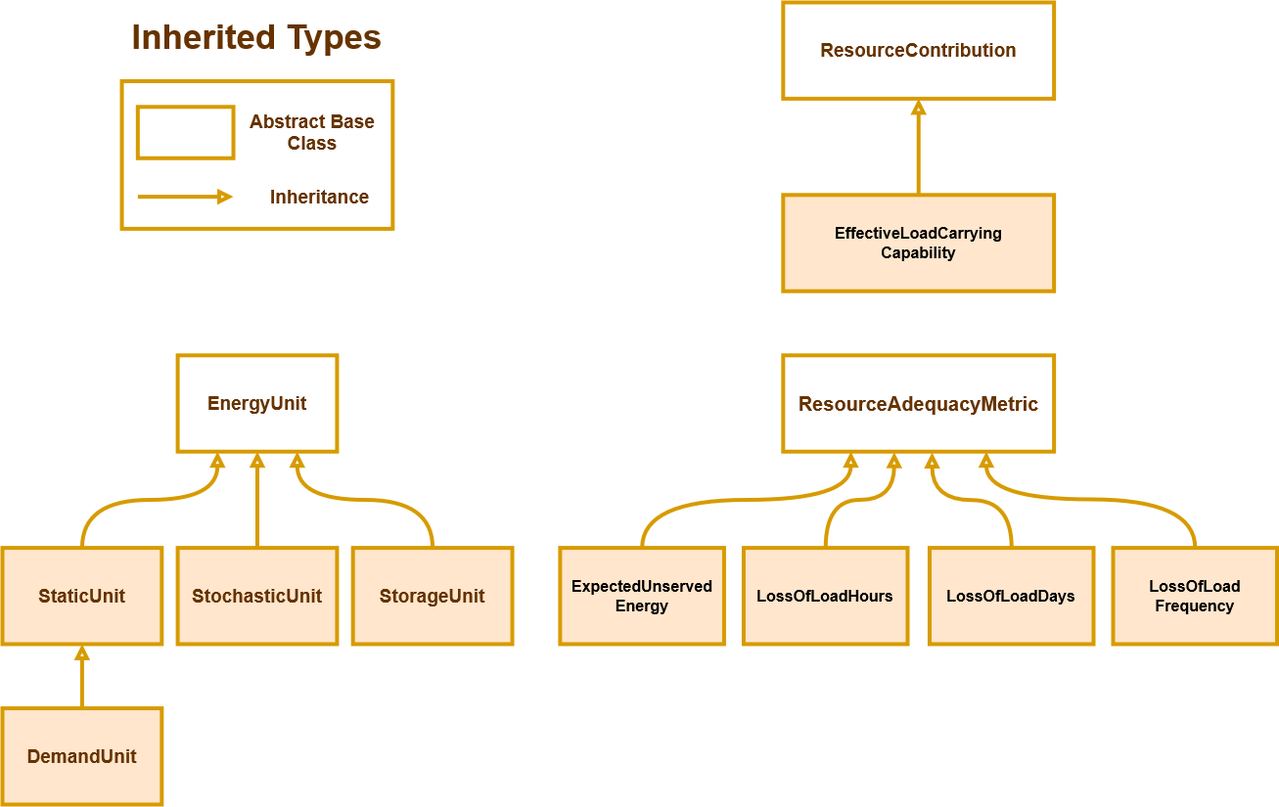
Above: docs/_static/assetra-inherited-types.drawio.png in ijbd/assetra (draw.io), before the change. Source tidied: cells renumbered, new cells last; positions are measured from the earlier drawing's top-left corner, leaving out a move shared by most shapes.
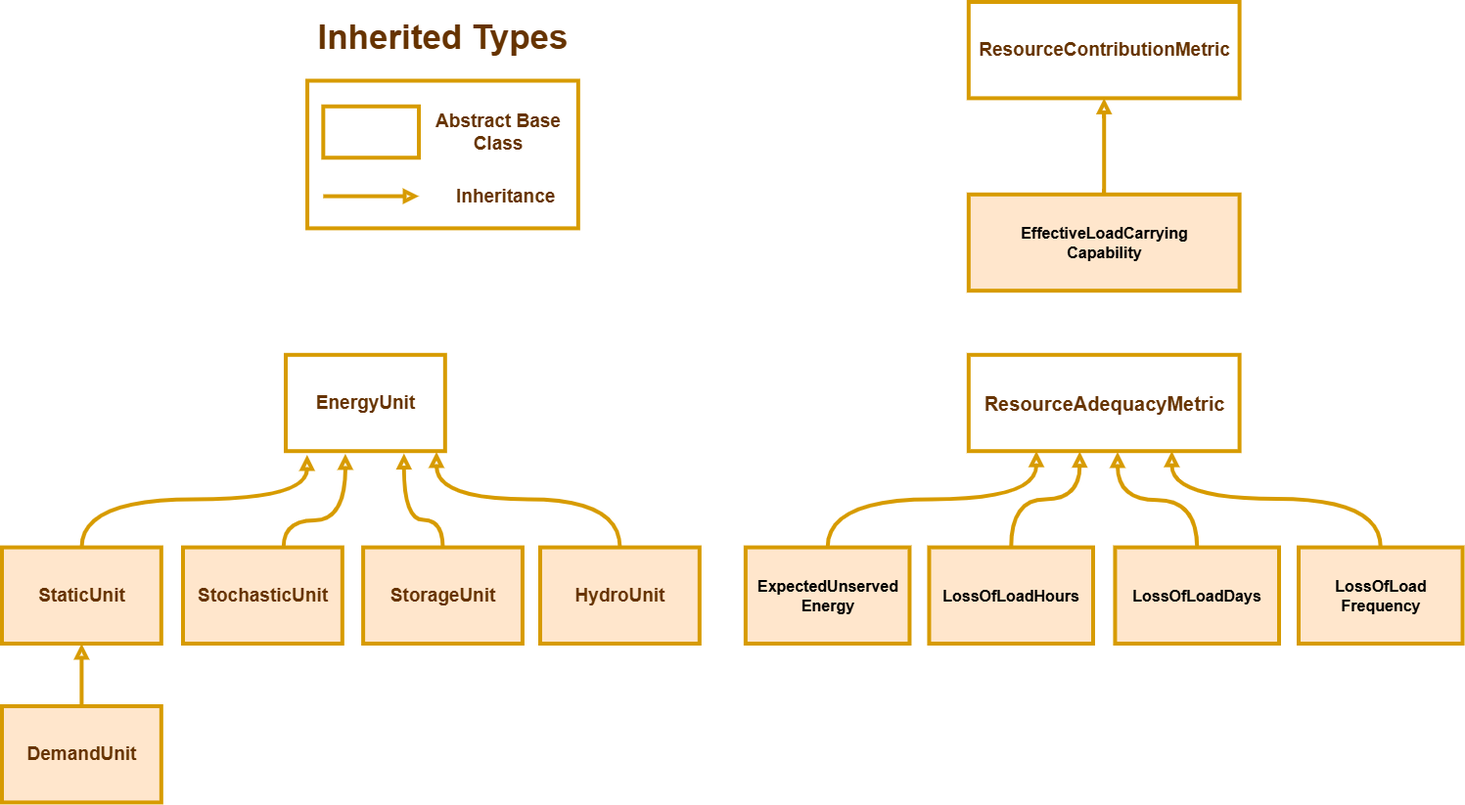
The same file after the commit.

What changed in the source:
```diff
@@ -6,32 +6,40 @@
       <mxGeometry x="122.1" y="80.5" width="276.8" height="150.9" as="geometry" />
     </mxCell>
     <mxCell id="3" value="EnergyUnit" style="rounded=0;whiteSpace=wrap;html=1;fillColor=none;strokeColor=#d79b00;strokeWidth=4;fontColor=#663300;fontStyle=1;fontSize=19;" parent="1" vertex="1">
-      <mxGeometry x="179.1" y="360.8" width="162.8" height="98.4" as="geometry" />
+      <mxGeometry x="100" y="360.8" width="162.8" height="98.4" as="geometry" />
     </mxCell>
-    <mxCell id="4" style="edgeStyle=orthogonalEdgeStyle;shape=connector;curved=1;rounded=1;jettySize=auto;html=1;labelBackgroundColor=default;strokeColor=#d79b00;strokeWidth=4;fontFamily=Helvetica;fontSize=16;fontColor=#663300;endArrow=block;endFill=0;fillColor=#ffe6cc;exitX=0.5;exitY=0;exitDx=0;exitDy=0;entryX=0.75;entryY=1;entryDx=0;entryDy=0;fontStyle=1;" parent="1" edge="1" source="5" target="3">
-      <mxGeometry relative="1" as="geometry" />
-    </mxCell>
     <mxCell id="5" value="StorageUnit" style="rounded=0;whiteSpace=wrap;html=1;fillColor=#ffe6cc;strokeColor=#d79b00;strokeWidth=4;fontColor=#663300;fontStyle=1;fontSize=19;" parent="1" vertex="1">
-      <mxGeometry x="358.2" y="557.6" width="162.8" height="98.4" as="geometry" />
+      <mxGeometry x="179.1" y="557.6" width="162.8" height="98.4" as="geometry" />
     </mxCell>
-    <mxCell id="6" style="edgeStyle=orthogonalEdgeStyle;shape=connector;curved=1;rounded=1;jettySize=auto;html=1;entryX=0.5;entryY=1;entryDx=0;entryDy=0;labelBackgroundColor=default;strokeColor=#d79b00;strokeWidth=4;fontFamily=Helvetica;fontSize=16;fontColor=#663300;endArrow=block;endFill=0;fillColor=#ffe6cc;fontStyle=1;" parent="1" edge="1" source="7" target="3">
-      <mxGeometry relative="1" as="geometry" />
+    <mxCell id="6" style="edgeStyle=orthogonalEdgeStyle;shape=connector;curved=1;rounded=1;jettySize=auto;html=1;labelBackgroundColor=default;strokeColor=#d79b00;strokeWidth=4;fontFamily=Helvetica;fontSize=16;fontColor=#663300;endArrow=block;endFill=0;fillColor=#ffe6cc;fontStyle=1;entryX=0.374;entryY=1.028;entryDx=0;entryDy=0;entryPerimeter=0;" parent="1" edge="1" source="7" target="3">
+      <mxGeometry relative="1" as="geometry">
+        <Array as="points">
+          <mxPoint x="97.7" y="530" />
+          <mxPoint x="160.9" y="530" />
+        </Array>
+      </mxGeometry>
     </mxCell>
     <mxCell id="7" value="StochasticUnit" style="rounded=0;whiteSpace=wrap;html=1;fillColor=#ffe6cc;strokeColor=#d79b00;strokeWidth=4;fontColor=#663300;fontStyle=1;fontSize=19;" parent="1" vertex="1">
-      <mxGeometry x="179.1" y="557.6" width="162.8" height="98.4" as="geometry" />
+      <mxGeometry x="-5" y="557.6" width="162.8" height="98.4" as="geometry" />
     </mxCell>
-    <mxCell id="8" style="edgeStyle=orthogonalEdgeStyle;shape=connector;curved=1;rounded=1;jettySize=auto;html=1;entryX=0.25;entryY=1;entryDx=0;entryDy=0;labelBackgroundColor=default;strokeColor=#d79b00;strokeWidth=4;fontFamily=Helvetica;fontSize=16;fontColor=#663300;endArrow=block;endFill=0;fillColor=#ffe6cc;exitX=0.5;exitY=0;exitDx=0;exitDy=0;fontStyle=1;" parent="1" edge="1" source="9" target="3">
+    <mxCell id="8" style="edgeStyle=orthogonalEdgeStyle;shape=connector;curved=1;rounded=1;jettySize=auto;html=1;labelBackgroundColor=default;strokeColor=#d79b00;strokeWidth=4;fontFamily=Helvetica;fontSize=16;fontColor=#663300;endArrow=block;endFill=0;fillColor=#ffe6cc;exitX=0.5;exitY=0;exitDx=0;exitDy=0;fontStyle=1;entryX=0.134;entryY=1.039;entryDx=0;entryDy=0;entryPerimeter=0;" parent="1" edge="1" source="9" target="3">
       <mxGeometry relative="1" as="geometry" />
     </mxCell>
     <mxCell id="9" value="StaticUnit" style="rounded=0;whiteSpace=wrap;html=1;fillColor=#ffe6cc;strokeColor=#d79b00;strokeWidth=4;fontColor=#663300;fontStyle=1;fontSize=19;" parent="1" vertex="1">
-      <mxGeometry y="557.6" width="162.8" height="98.4" as="geometry" />
+      <mxGeometry x="-190" y="557.6" width="162.8" height="98.4" as="geometry" />
     </mxCell>
     <mxCell id="10" style="edgeStyle=orthogonalEdgeStyle;shape=connector;curved=1;rounded=1;jettySize=auto;html=1;labelBackgroundColor=default;strokeColor=#d79b00;strokeWidth=4;fontFamily=Helvetica;fontSize=16;fontColor=#663300;endArrow=block;endFill=0;fillColor=#ffe6cc;fontStyle=1;" parent="1" edge="1" source="11" target="9">
       <mxGeometry relative="1" as="geometry" />
     </mxCell>
     <mxCell id="11" value="DemandUnit" style="rounded=0;whiteSpace=wrap;html=1;fillColor=#ffe6cc;strokeColor=#d79b00;strokeWidth=4;fontColor=#663300;fontStyle=1;fontSize=19;" parent="1" vertex="1">
-      <mxGeometry y="721.6" width="162.8" height="98.4" as="geometry" />
+      <mxGeometry x="-190" y="720" width="162.8" height="98.4" as="geometry" />
     </mxCell>
+    <mxCell id="29" value="HydroUnit" style="rounded=0;whiteSpace=wrap;html=1;fillColor=#ffe6cc;strokeColor=#d79b00;strokeWidth=4;fontColor=#663300;fontStyle=1;fontSize=19;" parent="1" vertex="1">
+      <mxGeometry x="360" y="557.6" width="162.8" height="98.4" as="geometry" />
+    </mxCell>
+    <mxCell id="30" style="edgeStyle=orthogonalEdgeStyle;shape=connector;curved=1;rounded=1;jettySize=auto;html=1;labelBackgroundColor=default;strokeColor=#d79b00;strokeWidth=4;fontFamily=Helvetica;fontSize=16;fontColor=#663300;endArrow=block;endFill=0;fillColor=#ffe6cc;exitX=0.5;exitY=0;exitDx=0;exitDy=0;fontStyle=1;entryX=0.946;entryY=1.008;entryDx=0;entryDy=0;entryPerimeter=0;" parent="1" edge="1" source="29" target="3">
+      <mxGeometry relative="1" as="geometry" />
+    </mxCell>
     <mxCell id="12" style="edgeStyle=orthogonalEdgeStyle;rounded=0;orthogonalLoop=1;jettySize=auto;html=1;entryX=0;entryY=0.5;entryDx=0;entryDy=0;fillColor=#ffe6cc;strokeColor=#d79b00;fontColor=#663300;strokeWidth=4;endArrow=block;endFill=0;fontStyle=1;fontSize=16;" parent="1" edge="1">
       <mxGeometry relative="1" as="geometry">
         <mxPoint x="138.3" y="198.6" as="sourcePoint" />
@@ -59,7 +67,7 @@
     <mxCell id="19" value="&lt;div style=&quot;font-size: 16px;&quot;&gt;ExpectedUnserved&lt;/div&gt;&lt;div style=&quot;font-size: 16px;&quot;&gt;Energy&lt;/div&gt;" style="rounded=0;whiteSpace=wrap;html=1;fillColor=#ffe6cc;strokeColor=#d79b00;strokeWidth=4;fontStyle=1;fontSize=16;" parent="1" vertex="1">
       <mxGeometry x="569.9" y="557.6" width="167.6" height="98.4" as="geometry" />
     </mxCell>
-    <mxCell id="20" value="ResourceContribution" style="rounded=0;whiteSpace=wrap;html=1;fillColor=none;strokeColor=#D79B00;strokeWidth=4;fontColor=#663300;fontStyle=1;fontSize=19;" parent="1" vertex="1">
+    <mxCell id="20" value="ResourceContributionMetric" style="rounded=0;whiteSpace=wrap;html=1;fillColor=none;strokeColor=#D79B00;strokeWidth=4;fontColor=#663300;fontStyle=1;fontSize=19;" parent="1" vertex="1">
       <mxGeometry x="797.8" width="276.8" height="98.4" as="geometry" />
     </mxCell>
     <mxCell id="21" style="edgeStyle=orthogonalEdgeStyle;shape=connector;curved=1;rounded=1;jettySize=auto;html=1;labelBackgroundColor=default;strokeColor=#d79b00;strokeWidth=4;fontFamily=Helvetica;fontSize=16;fontColor=#006600;endArrow=block;endFill=0;fillColor=#ffe6cc;" parent="1" edge="1" source="22" target="20">
@@ -93,5 +101,14 @@
     <mxCell id="28" value="&lt;div&gt;LossOfLoad&lt;/div&gt;&lt;div&gt;Frequency&lt;/div&gt;" style="rounded=0;whiteSpace=wrap;html=1;fillColor=#ffe6cc;strokeColor=#d79b00;strokeWidth=4;fontStyle=1;fontSize=16;" parent="1" vertex="1">
       <mxGeometry x="1135" y="557.6" width="167.6" height="98.4" as="geometry" />
     </mxCell>
+    <mxCell id="31" style="edgeStyle=orthogonalEdgeStyle;shape=connector;curved=1;rounded=1;jettySize=auto;html=1;labelBackgroundColor=default;strokeColor=#d79b00;strokeWidth=4;fontFamily=Helvetica;fontSize=16;fontColor=#663300;endArrow=block;endFill=0;fillColor=#ffe6cc;fontStyle=1;exitX=0.5;exitY=0;exitDx=0;exitDy=0;" parent="1" edge="1" source="5">
+      <mxGeometry relative="1" as="geometry">
+        <mxPoint x="220.8" y="461.6" as="targetPoint" />
+        <Array as="points">
+          <mxPoint x="260.5" y="529.6" />
+          <mxPoint x="220.8" y="529.6" />
+        </Array>
+      </mxGeometry>
+    </mxCell>
   </root>
 </mxGraphModel>
```
